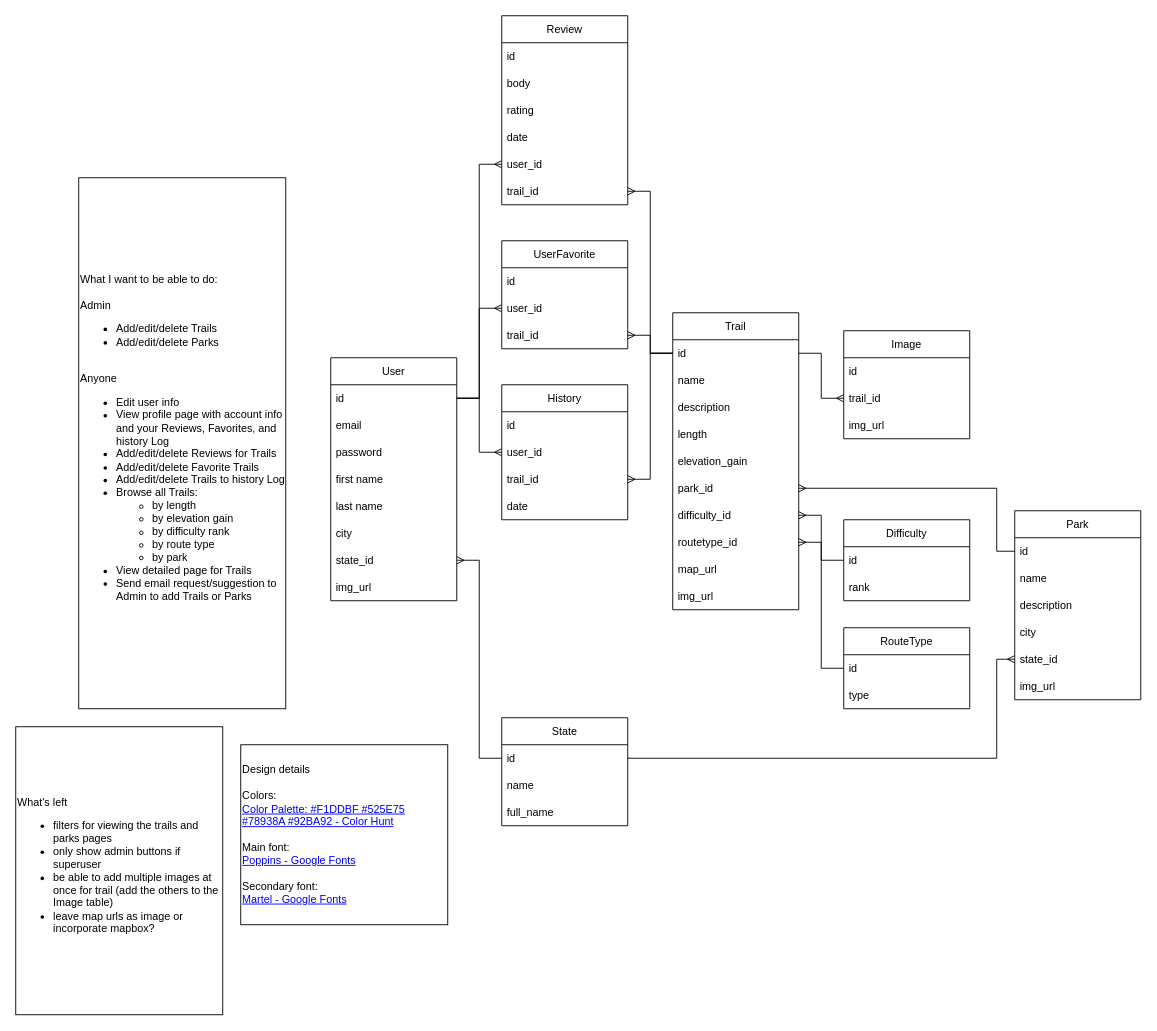
The draw.io diagram planning/HikingVentures Brainstorming.drawio in gdbecker/HikingVentures, before the edit. Source tidied: cells renumbered, new cells numbered last; positions are measured from the earlier drawing's top-left corner, leaving out a move shared by most shapes. Both pictures are drawn from the tidied source at 90%, with x=0, y=0 at pixel (15, 15).
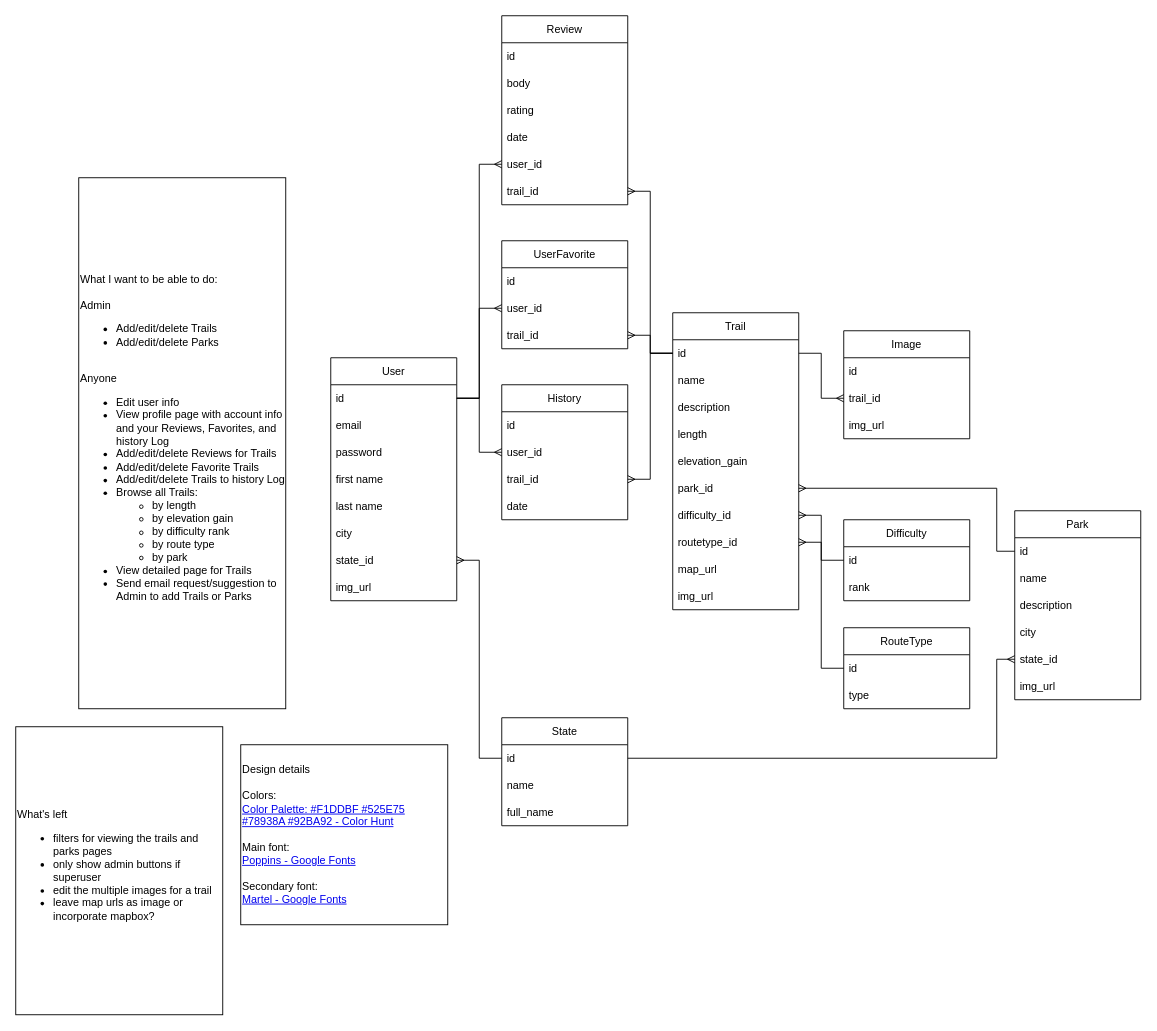
After the change.

Change to the diagram source:
```diff
@@
-    <mxCell id="73" value="What's left&lt;br&gt;&lt;ul&gt;&lt;li&gt;filters for viewing the trails and parks pages&lt;/li&gt;&lt;li&gt;only show admin buttons if superuser&lt;/li&gt;&lt;li&gt;be able to add multiple images at once for trail (add the others to the Image table)&lt;/li&gt;&lt;li&gt;leave map urls as image or incorporate mapbox?&lt;/li&gt;&lt;/ul&gt;" style="rounded=0;whiteSpace=wrap;html=1;align=left;" parent="1" vertex="1">
+    <mxCell id="73" value="What's left&lt;br&gt;&lt;ul&gt;&lt;li&gt;filters for viewing the trails and parks pages&lt;/li&gt;&lt;li&gt;only show admin buttons if superuser&lt;/li&gt;&lt;li&gt;edit the multiple images for a trail&lt;/li&gt;&lt;li&gt;leave map urls as image or incorporate mapbox?&lt;/li&gt;&lt;/ul&gt;" style="rounded=0;whiteSpace=wrap;html=1;align=left;" parent="1" vertex="1">
       <mxGeometry y="790" width="230" height="320" as="geometry" />
     </mxCell>
```
